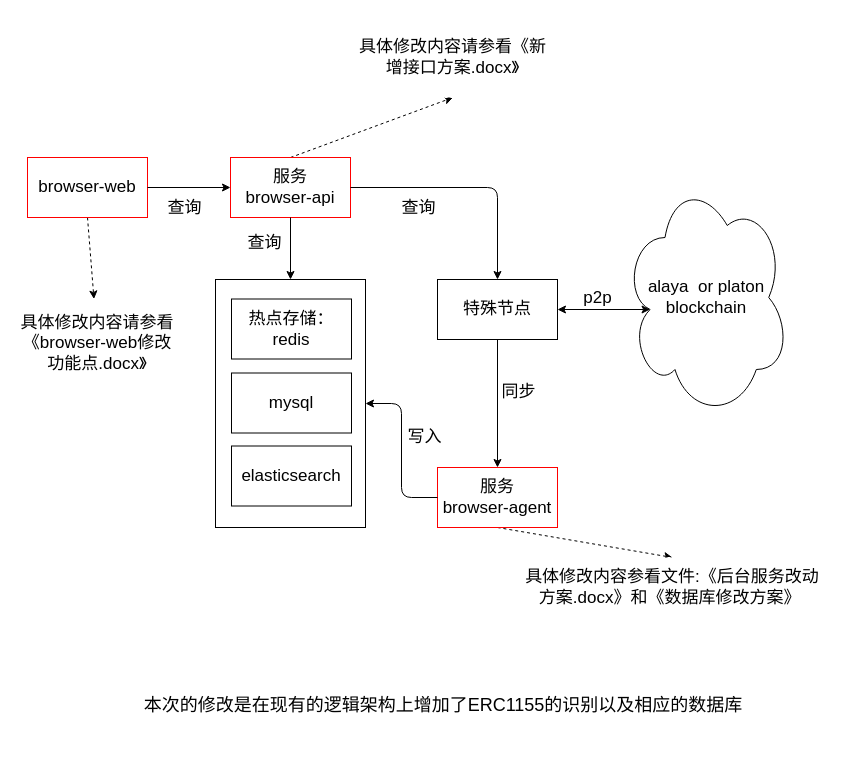
The draw.io diagram browser-server/docs/arch_doc/overall_structure.drawio in DQTechnology/PRC1155_browser, before the edit. Source tidied: cells renumbered, new cells numbered last; positions are measured from the earlier drawing's top-left corner, leaving out a move shared by most shapes. Both pictures are drawn from the tidied source at 100%, with x=0, y=0 at pixel (17, 17).
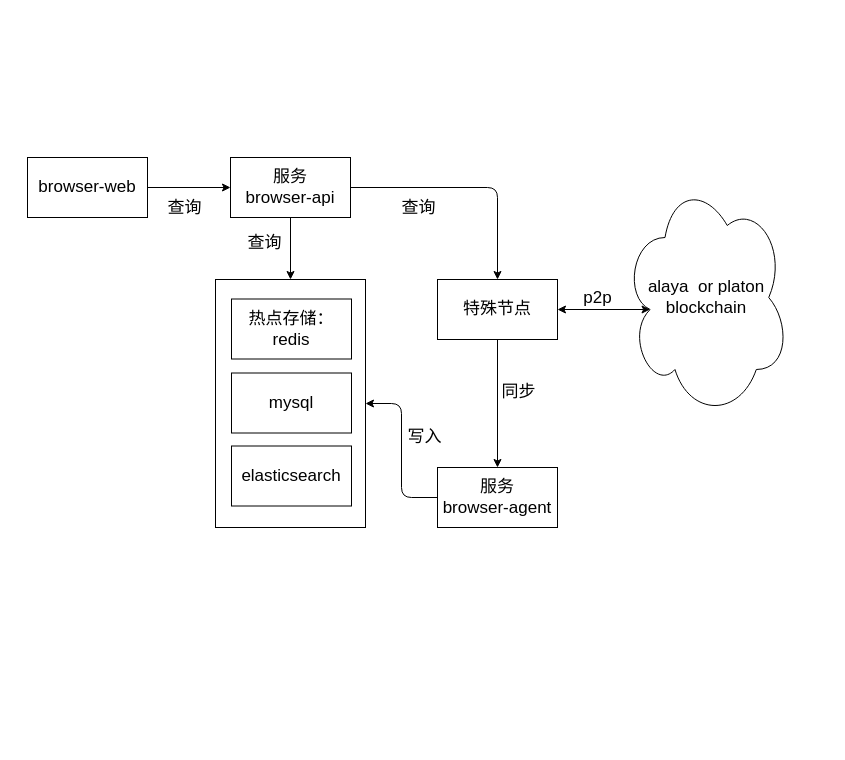
The same page after the edit.

Diff of the diagram source:
```diff
@@
-    <mxCell id="3" style="edgeStyle=none;rounded=0;jettySize=auto;html=1;exitX=0.5;exitY=1;exitDx=0;exitDy=0;dashed=1;" parent="1" edge="1" source="4" target="26">
-      <mxGeometry relative="1" as="geometry" />
-    </mxCell>
-    <mxCell id="4" value="browser-web" style="rounded=0;whiteSpace=wrap;html=1;fontSize=17;strokeColor=#FF0000;" parent="1" vertex="1">
+    <mxCell id="4" value="browser-web" style="rounded=0;whiteSpace=wrap;html=1;fontSize=17;" parent="1" vertex="1">
       <mxGeometry x="10" y="140" width="120" height="60" as="geometry" />
     </mxCell>
-    <mxCell id="5" style="edgeStyle=none;rounded=0;jettySize=auto;html=1;exitX=0.5;exitY=1;exitDx=0;exitDy=0;entryX=0.5;entryY=0;entryDx=0;entryDy=0;dashed=1;" parent="1" edge="1" source="6" target="27">
-      <mxGeometry relative="1" as="geometry" />
-    </mxCell>
-    <mxCell id="6" value="服务&lt;br style=&quot;font-size: 17px;&quot;&gt;browser-agent" style="rounded=0;whiteSpace=wrap;html=1;fontSize=17;strokeColor=#FF0000;" parent="1" vertex="1">
+    <mxCell id="6" value="服务&lt;br style=&quot;font-size: 17px;&quot;&gt;browser-agent" style="rounded=0;whiteSpace=wrap;html=1;fontSize=17;" parent="1" vertex="1">
       <mxGeometry x="420" y="450" width="120" height="60" as="geometry" />
     </mxCell>
-    <mxCell id="7" style="edgeStyle=none;rounded=0;jettySize=auto;html=1;exitX=0.5;exitY=0;exitDx=0;exitDy=0;entryX=0.5;entryY=1;entryDx=0;entryDy=0;dashed=1;fontSize=18;" parent="1" edge="1" source="8" target="29">
-      <mxGeometry relative="1" as="geometry" />
-    </mxCell>
-    <mxCell id="8" value="服务&lt;br style=&quot;font-size: 17px;&quot;&gt;browser-api" style="rounded=0;whiteSpace=wrap;html=1;fontSize=17;strokeColor=#FF0000;" parent="1" vertex="1">
+    <mxCell id="8" value="服务&lt;br style=&quot;font-size: 17px;&quot;&gt;browser-api" style="rounded=0;whiteSpace=wrap;html=1;fontSize=17;" parent="1" vertex="1">
       <mxGeometry x="213" y="140" width="120" height="60" as="geometry" />
     </mxCell>
@@
-    <mxCell id="26" value="具体修改内容请参看《browser-web修改功能点.docx》" style="rounded=0;whiteSpace=wrap;html=1;fontSize=17;strokeColor=#FFFFFF;dashed=1;" parent="1" vertex="1">
-      <mxGeometry y="281.5" width="160" height="88.5" as="geometry" />
-    </mxCell>
-    <mxCell id="27" value="具体修改内容参看文件:《后台服务改动方案.docx》和《数据库修改方案》&amp;nbsp;" style="rounded=0;whiteSpace=wrap;html=1;fontSize=17;strokeColor=#FFFFFF;dashed=1;" parent="1" vertex="1">
-      <mxGeometry x="500" y="540" width="310" height="60" as="geometry" />
-    </mxCell>
-    <mxCell id="28" value="&lt;font style=&quot;font-size: 18px&quot;&gt;本次的修改是在现有的逻辑架构上增加了ERC1155的识别以及相应的数据库&lt;/font&gt;" style="rounded=0;whiteSpace=wrap;html=1;dashed=1;strokeColor=none;fillColor=none;" parent="1" vertex="1">
-      <mxGeometry x="101" y="650" width="650" height="75" as="geometry" />
-    </mxCell>
-    <mxCell id="29" value="具体修改内容请参看《新增接口方案.docx》" style="rounded=0;whiteSpace=wrap;html=1;fontSize=17;strokeColor=#FFFFFF;dashed=1;" parent="1" vertex="1">
-      <mxGeometry x="340" width="191" height="80" as="geometry" />
-    </mxCell>
```
